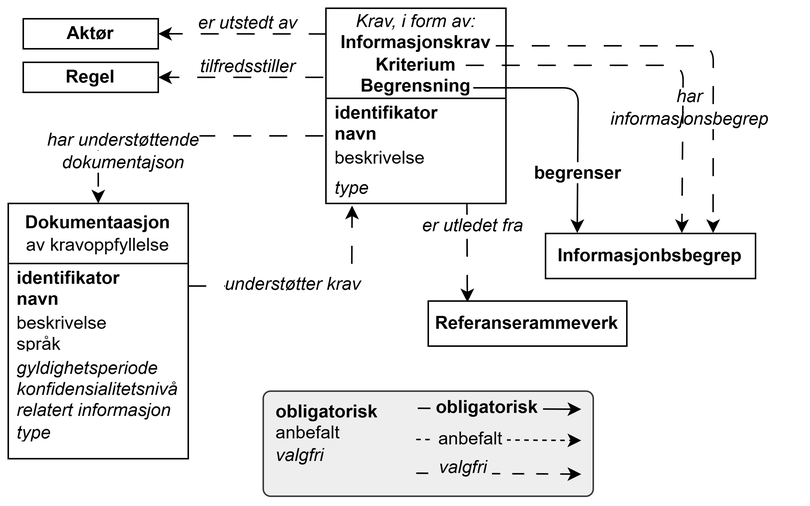
Before: docs/images/CCCEV-AP-NO-forenklet-fremstilling.png, a diagram exported from draw.io (Informasjonsforvaltning/cccev-ap-no). Source tidied: cells renumbered, new cells last; positions are measured from the earlier drawing's top-left corner, leaving out a move shared by most shapes. The source it was exported from:
```xml
<mxGraphModel>
  <root>
    <mxCell id="0" />
    <mxCell id="1" parent="0" />
    <mxCell id="2" value="&lt;i style=&quot;&quot;&gt;Krav, i form av:&lt;/i&gt;&lt;div&gt;&lt;b&gt;Informasjonskrav&lt;/b&gt;&lt;/div&gt;&lt;div&gt;&lt;b&gt;Kriterium&lt;/b&gt;&lt;/div&gt;&lt;div&gt;&lt;b&gt;Begrensning&lt;/b&gt;&lt;/div&gt;" style="swimlane;fontStyle=0;horizontal=1;startSize=60;whiteSpace=wrap;html=1;" parent="1" vertex="1">
      <mxGeometry x="211.8" width="120" height="130" as="geometry" />
    </mxCell>
    <mxCell id="3" value="&lt;b&gt;identifikator&lt;/b&gt;&lt;div&gt;&lt;b&gt;navn&lt;/b&gt;&lt;/div&gt;" style="text;strokeColor=none;fillColor=none;align=left;verticalAlign=middle;spacingLeft=4;spacingRight=4;overflow=hidden;whiteSpace=wrap;html=1;" parent="2" vertex="1">
      <mxGeometry y="60" width="120" height="30" as="geometry" />
    </mxCell>
    <mxCell id="4" value="beskrivelse" style="text;strokeColor=none;fillColor=none;align=left;verticalAlign=middle;spacingLeft=4;spacingRight=4;overflow=hidden;whiteSpace=wrap;html=1;" parent="2" vertex="1">
      <mxGeometry y="90" width="120" height="20" as="geometry" />
    </mxCell>
    <mxCell id="5" value="&lt;i&gt;type&lt;/i&gt;" style="text;strokeColor=none;fillColor=none;align=left;verticalAlign=middle;spacingLeft=4;spacingRight=4;overflow=hidden;points=[[0,0.5],[1,0.5]];portConstraint=eastwest;whiteSpace=wrap;html=1;" parent="2" vertex="1">
      <mxGeometry y="110" width="120" height="20" as="geometry" />
    </mxCell>
    <mxCell id="6" value="&lt;b&gt;Aktør&lt;/b&gt;" style="rounded=0;whiteSpace=wrap;html=1;" parent="1" vertex="1">
      <mxGeometry x="10" y="7" width="90" height="20" as="geometry" />
    </mxCell>
    <mxCell id="7" style="endArrow=classic;html=1;rounded=0;entryX=1;entryY=0.5;entryDx=0;entryDy=0;dashed=1;dashPattern=12 12;exitX=0.004;exitY=0.171;exitDx=0;exitDy=0;exitPerimeter=0;" parent="1" edge="1" target="6">
      <mxGeometry relative="1" as="geometry">
        <mxPoint x="212.3" y="17.1" as="sourcePoint" />
      </mxGeometry>
    </mxCell>
    <mxCell id="8" value="&lt;b&gt;Regel&lt;/b&gt;" style="rounded=0;whiteSpace=wrap;html=1;" parent="1" vertex="1">
      <mxGeometry x="10" y="36" width="90" height="20" as="geometry" />
    </mxCell>
    <mxCell id="9" style="endArrow=classic;html=1;rounded=0;entryX=1;entryY=0.5;entryDx=0;entryDy=0;dashed=1;dashPattern=12 12;" parent="1" edge="1" target="8">
      <mxGeometry relative="1" as="geometry">
        <mxPoint x="210" y="46" as="sourcePoint" />
      </mxGeometry>
    </mxCell>
    <mxCell id="10" value="&lt;span style=&quot;background-color: rgb(255, 255, 255);&quot;&gt;&lt;i&gt;er utstedt av&lt;/i&gt;&lt;br&gt;&lt;/span&gt;" style="text;html=1;strokeColor=none;fillColor=none;align=center;verticalAlign=middle;whiteSpace=wrap;rounded=0;" parent="1" vertex="1">
      <mxGeometry x="120" y="5" width="80" height="10" as="geometry" />
    </mxCell>
    <mxCell id="11" value="&lt;span style=&quot;background-color: rgb(255, 255, 255);&quot;&gt;&lt;i&gt;tilfredsstiller&lt;/i&gt;&lt;br&gt;&lt;/span&gt;" style="text;html=1;strokeColor=none;fillColor=none;align=center;verticalAlign=middle;whiteSpace=wrap;rounded=0;" parent="1" vertex="1">
      <mxGeometry x="120" y="34" width="80" height="10" as="geometry" />
    </mxCell>
    <mxCell id="12" style="endArrow=classic;html=1;rounded=1;entryX=0.5;entryY=0;entryDx=0;entryDy=0;curved=0;dashed=1;dashPattern=12 12;" parent="1" edge="1" target="34">
      <mxGeometry relative="1" as="geometry">
        <mxPoint x="210" y="85" as="sourcePoint" />
        <Array as="points">
          <mxPoint x="60" y="85" />
        </Array>
      </mxGeometry>
    </mxCell>
    <mxCell id="13" value="&lt;span style=&quot;background-color: rgb(255, 255, 255);&quot;&gt;&lt;i&gt;har understøttende dokumentajson&lt;/i&gt;&lt;br&gt;&lt;/span&gt;" style="text;html=1;strokeColor=none;fillColor=none;align=center;verticalAlign=middle;whiteSpace=wrap;rounded=0;" parent="1" vertex="1">
      <mxGeometry x="20" y="85" width="113.6" height="20" as="geometry" />
    </mxCell>
    <mxCell id="14" style="endArrow=classic;html=1;rounded=1;curved=0;dashed=1;dashPattern=12 12;entryX=0.145;entryY=1.071;entryDx=0;entryDy=0;entryPerimeter=0;" parent="1" edge="1" target="5">
      <mxGeometry relative="1" as="geometry">
        <mxPoint x="120" y="185" as="sourcePoint" />
        <Array as="points">
          <mxPoint x="229" y="185" />
        </Array>
      </mxGeometry>
    </mxCell>
    <mxCell id="15" value="&lt;span style=&quot;background-color: rgb(255, 255, 255);&quot;&gt;&lt;i&gt;understøtter krav&lt;/i&gt;&lt;br&gt;&lt;/span&gt;" style="text;html=1;strokeColor=none;fillColor=none;align=center;verticalAlign=middle;whiteSpace=wrap;rounded=0;" parent="1" vertex="1">
      <mxGeometry x="140" y="173" width="100" height="22" as="geometry" />
    </mxCell>
    <mxCell id="16" value="&lt;b&gt;Referanserammeverk&lt;/b&gt;" style="rounded=0;whiteSpace=wrap;html=1;fillColor=none;strokeColor=#000000;" parent="1" vertex="1">
      <mxGeometry x="280" y="195" width="132.4" height="30" as="geometry" />
    </mxCell>
    <mxCell id="17" style="endArrow=classic;html=1;rounded=0;entryX=0.197;entryY=0.027;entryDx=0;entryDy=0;dashed=1;dashPattern=12 12;exitX=0.783;exitY=0.976;exitDx=0;exitDy=0;exitPerimeter=0;entryPerimeter=0;" parent="1" edge="1" source="5" target="16">
      <mxGeometry relative="1" as="geometry" />
    </mxCell>
    <mxCell id="18" value="&lt;span style=&quot;background-color: rgb(255, 255, 255);&quot;&gt;&lt;i&gt;er utledet fra&lt;/i&gt;&lt;br&gt;&lt;/span&gt;" style="text;html=1;strokeColor=none;fillColor=none;align=center;verticalAlign=middle;whiteSpace=wrap;rounded=0;" parent="1" vertex="1">
      <mxGeometry x="270" y="135" width="80" height="20" as="geometry" />
    </mxCell>
    <mxCell id="19" value="&lt;b&gt;Informasjonbsbegrep&lt;/b&gt;" style="rounded=0;whiteSpace=wrap;html=1;fillColor=none;strokeColor=#000000;" parent="1" vertex="1">
      <mxGeometry x="358.2" y="150" width="140" height="30" as="geometry" />
    </mxCell>
    <mxCell id="20" style="endArrow=classic;html=1;rounded=1;curved=0;dashed=1;dashPattern=12 12;entryX=0.798;entryY=-0.01;entryDx=0;entryDy=0;entryPerimeter=0;" parent="1" edge="1" target="19">
      <mxGeometry relative="1" as="geometry">
        <mxPoint x="325" y="25" as="sourcePoint" />
        <Array as="points">
          <mxPoint x="470" y="25" />
        </Array>
      </mxGeometry>
    </mxCell>
    <mxCell id="21" value="&lt;span style=&quot;background-color: rgb(255, 255, 255);&quot;&gt;&lt;i&gt;har&lt;/i&gt;&lt;/span&gt;&lt;div&gt;&lt;span style=&quot;background-color: rgb(255, 255, 255);&quot;&gt;&lt;i&gt;informasjonsbegrep&lt;/i&gt;&lt;br&gt;&lt;/span&gt;&lt;/div&gt;" style="text;html=1;strokeColor=none;fillColor=none;align=center;verticalAlign=middle;whiteSpace=wrap;rounded=0;" parent="1" vertex="1">
      <mxGeometry x="380" y="56" width="149" height="20" as="geometry" />
    </mxCell>
    <mxCell id="22" style="endArrow=classic;html=1;rounded=1;entryX=0.151;entryY=-0.01;entryDx=0;entryDy=0;curved=0;entryPerimeter=0;" parent="1" edge="1" target="19">
      <mxGeometry relative="1" as="geometry">
        <mxPoint x="310" y="53" as="sourcePoint" />
        <Array as="points">
          <mxPoint x="380" y="53" />
        </Array>
      </mxGeometry>
    </mxCell>
    <mxCell id="23" value="&lt;span style=&quot;background-color: rgb(255, 255, 255);&quot;&gt;&lt;b&gt;begrenser&lt;/b&gt;&lt;br&gt;&lt;/span&gt;" style="text;html=1;strokeColor=none;fillColor=none;align=center;verticalAlign=middle;whiteSpace=wrap;rounded=0;" parent="1" vertex="1">
      <mxGeometry x="340" y="100" width="80" height="20" as="geometry" />
    </mxCell>
    <mxCell id="24" style="endArrow=classic;html=1;rounded=1;curved=0;dashed=1;dashPattern=12 12;entryX=0.649;entryY=-0.01;entryDx=0;entryDy=0;entryPerimeter=0;" parent="1" edge="1" target="19">
      <mxGeometry relative="1" as="geometry">
        <mxPoint x="305" y="38" as="sourcePoint" />
        <Array as="points">
          <mxPoint x="450" y="38" />
        </Array>
      </mxGeometry>
    </mxCell>
    <mxCell id="25" style="group;" parent="1" vertex="1">
      <mxGeometry x="170" y="255" width="220" height="70" as="geometry" />
    </mxCell>
    <mxCell id="26" value="&lt;b&gt;&amp;nbsp; obligatorisk&lt;/b&gt;&lt;div&gt;&lt;div&gt;&amp;nbsp; anbefalt&lt;/div&gt;&lt;div&gt;&amp;nbsp; &lt;i&gt;valgfri&lt;/i&gt;&lt;/div&gt;&lt;/div&gt;" style="rounded=1;whiteSpace=wrap;html=1;align=left;verticalAlign=top;arcSize=7;fillColor=#eeeeee;strokeColor=#36393d;" parent="25" vertex="1">
      <mxGeometry width="220" height="70" as="geometry" />
    </mxCell>
    <mxCell id="27" style="group;" parent="25" vertex="1">
      <mxGeometry x="102" y="1" width="110" height="60.8" as="geometry" />
    </mxCell>
    <mxCell id="28" style="endArrow=classic;html=1;rounded=0;" parent="27" edge="1">
      <mxGeometry relative="1" as="geometry">
        <mxPoint x="1" y="10.4" as="sourcePoint" />
        <mxPoint x="110" y="11.1" as="targetPoint" />
      </mxGeometry>
    </mxCell>
    <mxCell id="29" value="&lt;b style=&quot;background-color: rgb(238, 238, 238);&quot;&gt;&amp;nbsp;obligatorisk&amp;nbsp;&lt;/b&gt;" style="text;html=1;align=center;verticalAlign=middle;whiteSpace=wrap;rounded=0;" parent="27" vertex="1">
      <mxGeometry x="22.4" width="50.7" height="20.8" as="geometry" />
    </mxCell>
    <mxCell id="30" style="endArrow=classic;html=1;rounded=0;dashed=1;" parent="27" edge="1">
      <mxGeometry relative="1" as="geometry">
        <mxPoint y="31.2" as="sourcePoint" />
        <mxPoint x="110" y="31.9" as="targetPoint" />
      </mxGeometry>
    </mxCell>
    <mxCell id="31" value="&lt;span style=&quot;background-color: rgb(238, 238, 238);&quot;&gt;&amp;nbsp;anbefalt&amp;nbsp;&lt;/span&gt;" style="text;html=1;align=center;verticalAlign=middle;whiteSpace=wrap;rounded=0;" parent="27" vertex="1">
      <mxGeometry x="10.7" y="20.8" width="51.2" height="20.8" as="geometry" />
    </mxCell>
    <mxCell id="32" style="endArrow=classic;html=1;rounded=0;dashed=1;dashPattern=8 8;" parent="27" edge="1">
      <mxGeometry relative="1" as="geometry">
        <mxPoint y="53.6" as="sourcePoint" />
        <mxPoint x="110" y="54.3" as="targetPoint" />
      </mxGeometry>
    </mxCell>
    <mxCell id="33" value="&lt;span style=&quot;background-color: rgb(238, 238, 238);&quot;&gt;&lt;i&gt;&amp;nbsp;valgfri&amp;nbsp;&lt;/i&gt;&lt;/span&gt;" style="text;html=1;align=center;verticalAlign=middle;whiteSpace=wrap;rounded=0;" parent="27" vertex="1">
      <mxGeometry x="5.7" y="40" width="51.2" height="20.8" as="geometry" />
    </mxCell>
    <mxCell id="34" value="Dokumentaasjon&lt;div&gt;&lt;span style=&quot;font-weight: normal;&quot;&gt;av kravoppfyllelse&lt;/span&gt;&lt;/div&gt;" style="swimlane;whiteSpace=wrap;html=1;startSize=40;" parent="1" vertex="1">
      <mxGeometry y="130" width="120" height="170" as="geometry" />
    </mxCell>
    <mxCell id="35" value="&lt;b&gt;identifikator&lt;/b&gt;&lt;div&gt;&lt;b&gt;navn&lt;/b&gt;&lt;/div&gt;" style="text;strokeColor=none;fillColor=none;align=left;verticalAlign=middle;spacingLeft=4;spacingRight=4;overflow=hidden;whiteSpace=wrap;html=1;" parent="34" vertex="1">
      <mxGeometry y="40" width="80" height="30" as="geometry" />
    </mxCell>
    <mxCell id="36" value="beskrivelse&lt;div&gt;språk&lt;/div&gt;" style="text;strokeColor=none;fillColor=none;align=left;verticalAlign=middle;spacingLeft=4;spacingRight=4;overflow=hidden;whiteSpace=wrap;html=1;" parent="34" vertex="1">
      <mxGeometry y="70" width="80" height="30" as="geometry" />
    </mxCell>
    <mxCell id="37" value="&lt;i&gt;gyldighetsperiode&lt;/i&gt;&lt;div&gt;&lt;i&gt;konfidensialitetsnivå&lt;/i&gt;&lt;/div&gt;&lt;div&gt;&lt;i&gt;relatert informasjon&lt;/i&gt;&lt;/div&gt;&lt;div&gt;&lt;i&gt;type&lt;/i&gt;&lt;/div&gt;" style="text;strokeColor=none;fillColor=none;align=left;verticalAlign=middle;spacingLeft=4;spacingRight=4;overflow=hidden;whiteSpace=wrap;html=1;" parent="34" vertex="1">
      <mxGeometry y="100" width="130" height="60" as="geometry" />
    </mxCell>
  </root>
</mxGraphModel>
```
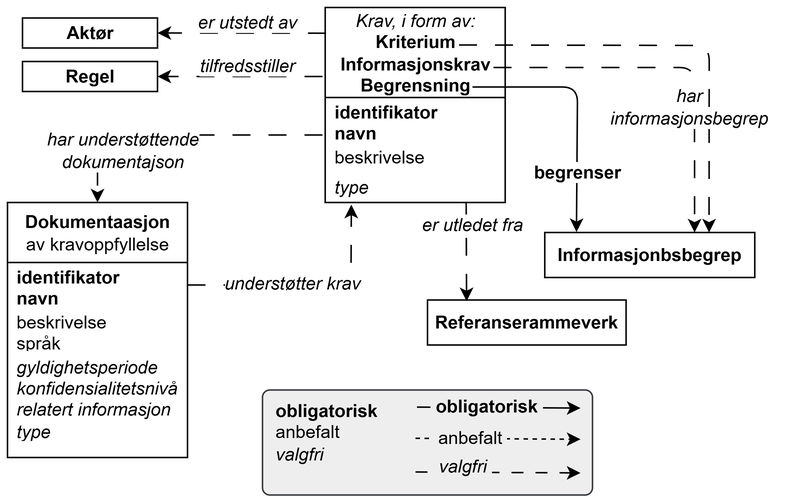
The same diagram one commit later.

What changed in the source:
```diff
@@ -2,7 +2,7 @@
   <root>
     <mxCell id="0" />
     <mxCell id="1" parent="0" />
-    <mxCell id="2" value="&lt;i style=&quot;&quot;&gt;Krav, i form av:&lt;/i&gt;&lt;div&gt;&lt;b&gt;Informasjonskrav&lt;/b&gt;&lt;/div&gt;&lt;div&gt;&lt;b&gt;Kriterium&lt;/b&gt;&lt;/div&gt;&lt;div&gt;&lt;b&gt;Begrensning&lt;/b&gt;&lt;/div&gt;" style="swimlane;fontStyle=0;horizontal=1;startSize=60;whiteSpace=wrap;html=1;" parent="1" vertex="1">
+    <mxCell id="2" value="&lt;i style=&quot;&quot;&gt;Krav, i form av:&lt;/i&gt;&lt;div&gt;&lt;b style=&quot;background-color: transparent; color: light-dark(rgb(0, 0, 0), rgb(255, 255, 255));&quot;&gt;Kriterium&lt;/b&gt;&lt;/div&gt;&lt;div&gt;&lt;b style=&quot;background-color: transparent; color: light-dark(rgb(0, 0, 0), rgb(255, 255, 255));&quot;&gt;Informasjonskrav&lt;/b&gt;&lt;/div&gt;&lt;div&gt;&lt;b&gt;Begrensning&lt;/b&gt;&lt;/div&gt;" style="swimlane;fontStyle=0;horizontal=1;startSize=60;whiteSpace=wrap;html=1;" parent="1" vertex="1">
       <mxGeometry x="211.8" width="120" height="130" as="geometry" />
     </mxCell>
     <mxCell id="3" value="&lt;b&gt;identifikator&lt;/b&gt;&lt;div&gt;&lt;b&gt;navn&lt;/b&gt;&lt;/div&gt;" style="text;strokeColor=none;fillColor=none;align=left;verticalAlign=middle;spacingLeft=4;spacingRight=4;overflow=hidden;whiteSpace=wrap;html=1;" parent="2" vertex="1">
@@ -70,17 +70,15 @@
     <mxCell id="19" value="&lt;b&gt;Informasjonbsbegrep&lt;/b&gt;" style="rounded=0;whiteSpace=wrap;html=1;fillColor=none;strokeColor=#000000;" parent="1" vertex="1">
       <mxGeometry x="358.2" y="150" width="140" height="30" as="geometry" />
     </mxCell>
-    <mxCell id="20" style="endArrow=classic;html=1;rounded=1;curved=0;dashed=1;dashPattern=12 12;entryX=0.798;entryY=-0.01;entryDx=0;entryDy=0;entryPerimeter=0;" parent="1" edge="1" target="19">
+    <mxCell id="20" style="endArrow=classic;html=1;rounded=1;curved=0;dashed=1;dashPattern=12 12;entryX=0.798;entryY=-0.01;entryDx=0;entryDy=0;entryPerimeter=0;" parent="1" edge="1">
       <mxGeometry relative="1" as="geometry">
-        <mxPoint x="325" y="25" as="sourcePoint" />
+        <mxPoint x="301" y="25" as="sourcePoint" />
+        <mxPoint x="467.7" y="150" as="targetPoint" />
         <Array as="points">
-          <mxPoint x="470" y="25" />
+          <mxPoint x="467.8" y="25.3" />
         </Array>
       </mxGeometry>
     </mxCell>
-    <mxCell id="21" value="&lt;span style=&quot;background-color: rgb(255, 255, 255);&quot;&gt;&lt;i&gt;har&lt;/i&gt;&lt;/span&gt;&lt;div&gt;&lt;span style=&quot;background-color: rgb(255, 255, 255);&quot;&gt;&lt;i&gt;informasjonsbegrep&lt;/i&gt;&lt;br&gt;&lt;/span&gt;&lt;/div&gt;" style="text;html=1;strokeColor=none;fillColor=none;align=center;verticalAlign=middle;whiteSpace=wrap;rounded=0;" parent="1" vertex="1">
-      <mxGeometry x="380" y="56" width="149" height="20" as="geometry" />
-    </mxCell>
     <mxCell id="22" style="endArrow=classic;html=1;rounded=1;entryX=0.151;entryY=-0.01;entryDx=0;entryDy=0;curved=0;entryPerimeter=0;" parent="1" edge="1" target="19">
       <mxGeometry relative="1" as="geometry">
         <mxPoint x="310" y="53" as="sourcePoint" />
@@ -92,11 +90,12 @@
     <mxCell id="23" value="&lt;span style=&quot;background-color: rgb(255, 255, 255);&quot;&gt;&lt;b&gt;begrenser&lt;/b&gt;&lt;br&gt;&lt;/span&gt;" style="text;html=1;strokeColor=none;fillColor=none;align=center;verticalAlign=middle;whiteSpace=wrap;rounded=0;" parent="1" vertex="1">
       <mxGeometry x="340" y="100" width="80" height="20" as="geometry" />
     </mxCell>
-    <mxCell id="24" style="endArrow=classic;html=1;rounded=1;curved=0;dashed=1;dashPattern=12 12;entryX=0.649;entryY=-0.01;entryDx=0;entryDy=0;entryPerimeter=0;" parent="1" edge="1" target="19">
+    <mxCell id="24" style="endArrow=classic;html=1;rounded=1;curved=0;dashed=1;dashPattern=12 12;entryX=0.649;entryY=-0.01;entryDx=0;entryDy=0;entryPerimeter=0;" parent="1" edge="1">
       <mxGeometry relative="1" as="geometry">
-        <mxPoint x="305" y="38" as="sourcePoint" />
+        <mxPoint x="324" y="40" as="sourcePoint" />
+        <mxPoint x="458" y="150" as="targetPoint" />
         <Array as="points">
-          <mxPoint x="450" y="38" />
+          <mxPoint x="458" y="40" />
         </Array>
       </mxGeometry>
     </mxCell>
@@ -148,5 +147,8 @@
     <mxCell id="37" value="&lt;i&gt;gyldighetsperiode&lt;/i&gt;&lt;div&gt;&lt;i&gt;konfidensialitetsnivå&lt;/i&gt;&lt;/div&gt;&lt;div&gt;&lt;i&gt;relatert informasjon&lt;/i&gt;&lt;/div&gt;&lt;div&gt;&lt;i&gt;type&lt;/i&gt;&lt;/div&gt;" style="text;strokeColor=none;fillColor=none;align=left;verticalAlign=middle;spacingLeft=4;spacingRight=4;overflow=hidden;whiteSpace=wrap;html=1;" parent="34" vertex="1">
       <mxGeometry y="100" width="130" height="60" as="geometry" />
     </mxCell>
+    <mxCell id="21" value="&lt;span style=&quot;background-color: rgb(255, 255, 255);&quot;&gt;&lt;i&gt;har&lt;/i&gt;&lt;/span&gt;&lt;div&gt;&lt;span style=&quot;background-color: rgb(255, 255, 255);&quot;&gt;&lt;i&gt;informasjonsbegrep&lt;/i&gt;&lt;br&gt;&lt;/span&gt;&lt;/div&gt;" style="text;html=1;strokeColor=none;fillColor=none;align=center;verticalAlign=middle;whiteSpace=wrap;rounded=0;" parent="1" vertex="1">
+      <mxGeometry x="380" y="56" width="149" height="20" as="geometry" />
+    </mxCell>
   </root>
 </mxGraphModel>
```
